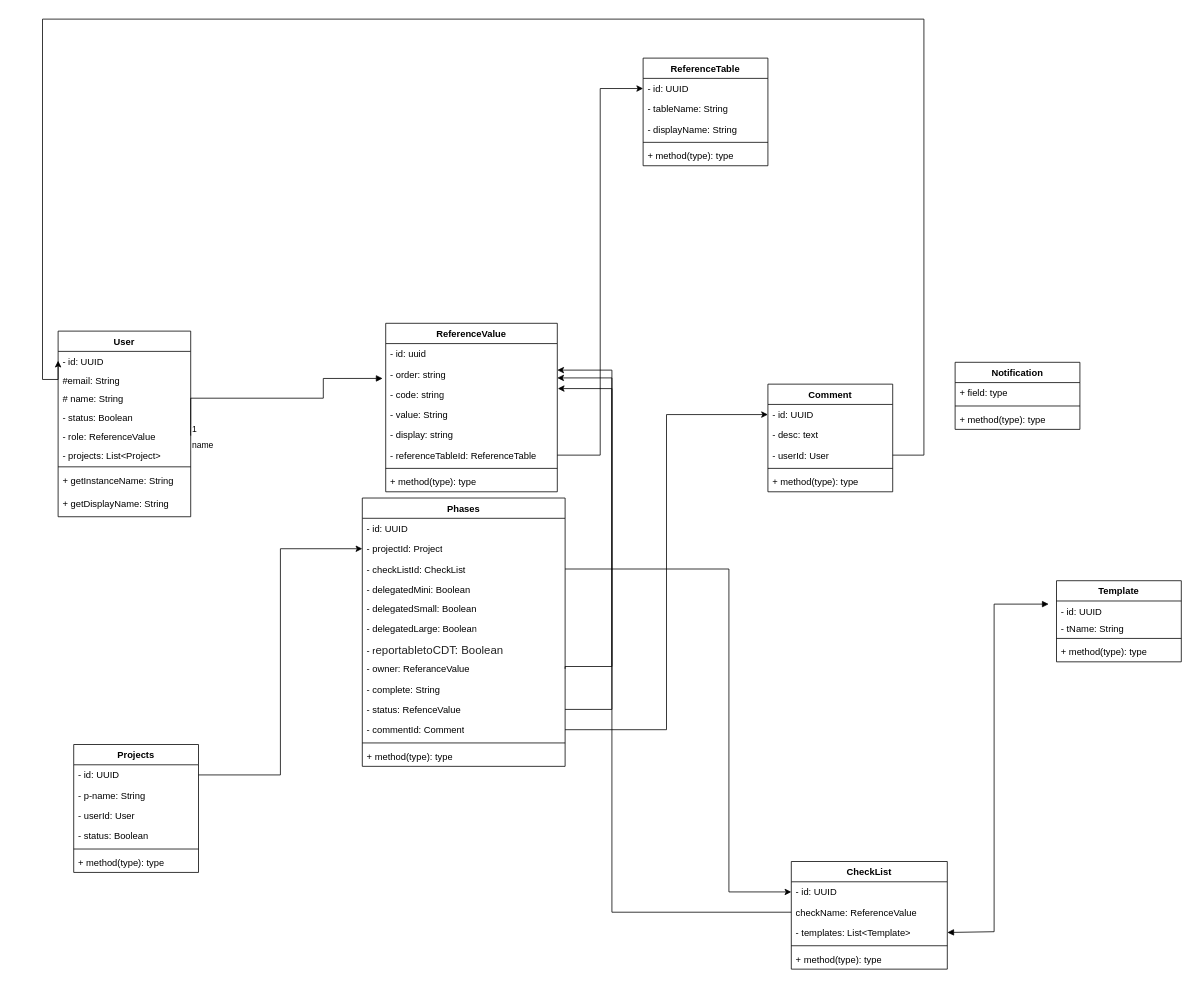
The draw.io diagram Share-Point.drawio in priyanshujoshi909/design-pattern, before the edit. Source tidied: cells renumbered, new cells numbered last; positions are measured from the earlier drawing's top-left corner, leaving out a move shared by most shapes. Both pictures are drawn from the tidied source at 78%, with x=0, y=0 at pixel (42, 19).
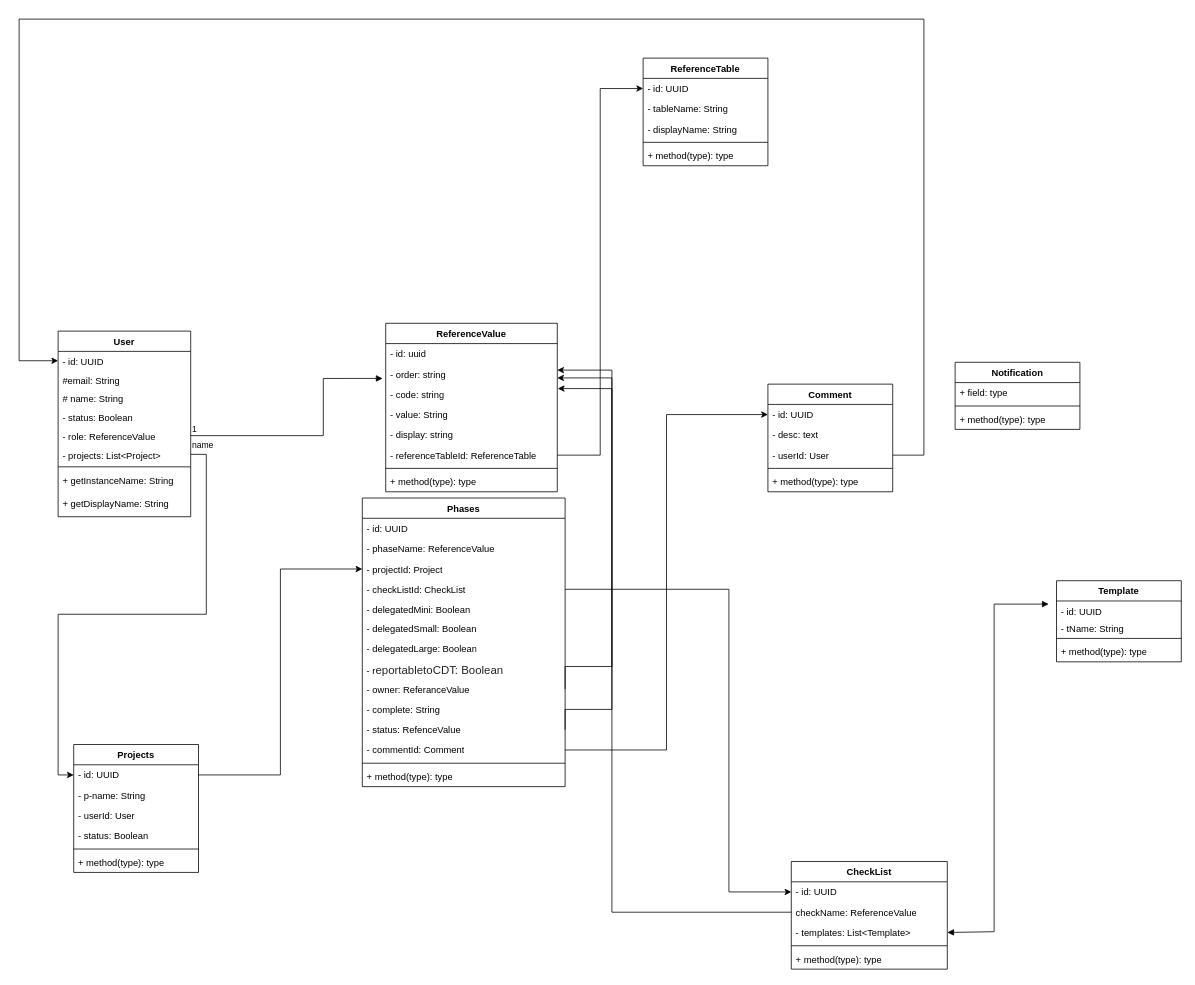
The same page after the edit.

The change refers to these unchanged cells:
```xml
<mxCell id="3" value="- id: UUID" style="text;strokeColor=none;fillColor=none;align=left;verticalAlign=top;spacingLeft=4;spacingRight=4;overflow=hidden;points=[[0,0.5],[1,0.5]];portConstraint=eastwest;whiteSpace=wrap;html=1;" parent="2" vertex="1">
  <mxGeometry y="26" width="170" height="24" as="geometry" />
</mxCell>
<mxCell id="7" value="- role: ReferenceValue" style="text;strokeColor=none;fillColor=none;align=left;verticalAlign=top;spacingLeft=4;spacingRight=4;overflow=hidden;points=[[0,0.5],[1,0.5]];portConstraint=eastwest;whiteSpace=wrap;html=1;" parent="2" vertex="1">
  <mxGeometry y="122" width="170" height="24" as="geometry" />
</mxCell>
<mxCell id="8" value="- projects: List&amp;lt;Project&amp;gt;" style="text;strokeColor=none;fillColor=none;align=left;verticalAlign=top;spacingLeft=4;spacingRight=4;overflow=hidden;points=[[0,0.5],[1,0.5]];portConstraint=eastwest;whiteSpace=wrap;html=1;" parent="2" vertex="1">
  <mxGeometry y="146" width="170" height="24" as="geometry" />
</mxCell>
<mxCell id="16" value="- order: string" style="text;strokeColor=none;fillColor=none;align=left;verticalAlign=top;spacingLeft=4;spacingRight=4;overflow=hidden;points=[[0,0.5],[1,0.5]];portConstraint=eastwest;whiteSpace=wrap;html=1;" parent="14" vertex="1">
  <mxGeometry y="52" width="220" height="26" as="geometry" />
</mxCell>
<mxCell id="48" value="- id: UUID" style="text;strokeColor=none;fillColor=none;align=left;verticalAlign=top;spacingLeft=4;spacingRight=4;overflow=hidden;points=[[0,0.5],[1,0.5]];portConstraint=eastwest;whiteSpace=wrap;html=1;" parent="47" vertex="1">
  <mxGeometry y="26" width="160" height="26" as="geometry" />
</mxCell>
<mxCell id="55" value="- id: UUID" style="text;strokeColor=none;fillColor=none;align=left;verticalAlign=top;spacingLeft=4;spacingRight=4;overflow=hidden;points=[[0,0.5],[1,0.5]];portConstraint=eastwest;whiteSpace=wrap;html=1;" parent="54" vertex="1">
  <mxGeometry y="26" width="200" height="26" as="geometry" />
</mxCell>
<mxCell id="65" value="- userId: User" style="text;strokeColor=none;fillColor=none;align=left;verticalAlign=top;spacingLeft=4;spacingRight=4;overflow=hidden;points=[[0,0.5],[1,0.5]];portConstraint=eastwest;whiteSpace=wrap;html=1;" parent="62" vertex="1">
  <mxGeometry y="78" width="160" height="26" as="geometry" />
</mxCell>
```

Diff of the diagram source:
```diff
@@
     <mxCell id="12" value="name" style="endArrow=block;endFill=1;html=1;edgeStyle=orthogonalEdgeStyle;align=left;verticalAlign=top;rounded=0;exitX=1;exitY=0.5;exitDx=0;exitDy=0;entryX=-0.018;entryY=0.718;entryDx=0;entryDy=0;entryPerimeter=0;" parent="1" edge="1" source="7" target="16">
       <mxGeometry x="-1" relative="1" as="geometry">
         <Array as="points">
-          <mxPoint x="360" y="486" />
+          <mxPoint x="360" y="534" />
           <mxPoint x="360" y="461" />
         </Array>
       </mxGeometry>
     </mxCell>
@@
     <mxCell id="32" value="Phases" style="swimlane;fontStyle=1;align=center;verticalAlign=top;horizontal=1;startSize=26;whiteSpace=wrap;html=1;" parent="1" vertex="1">
-      <mxGeometry x="410" y="614" width="260" height="344" as="geometry" />
+      <mxGeometry x="410" y="614" width="260" height="370" as="geometry" />
     </mxCell>
@@
+    <mxCell id="80" value="- phaseName: ReferenceValue" style="text;strokeColor=none;fillColor=none;align=left;verticalAlign=top;spacingLeft=4;spacingRight=4;overflow=hidden;whiteSpace=wrap;html=1;" parent="32" vertex="1">
+      <mxGeometry y="52" width="260" height="26" as="geometry" />
+    </mxCell>
     <mxCell id="34" value="- projectId: Project" style="text;strokeColor=none;fillColor=none;align=left;verticalAlign=top;spacingLeft=4;spacingRight=4;overflow=hidden;points=[[0,0.5],[1,0.5]];portConstraint=eastwest;whiteSpace=wrap;html=1;" parent="32" vertex="1">
-      <mxGeometry y="52" width="260" height="26" as="geometry" />
+      <mxGeometry y="78" width="260" height="26" as="geometry" />
     </mxCell>
     <mxCell id="35" value="- checkListId: CheckList" style="text;strokeColor=none;fillColor=none;align=left;verticalAlign=top;spacingLeft=4;spacingRight=4;overflow=hidden;points=[[0,0.5],[1,0.5]];portConstraint=eastwest;whiteSpace=wrap;html=1;" parent="32" vertex="1">
-      <mxGeometry y="78" width="260" height="26" as="geometry" />
+      <mxGeometry y="104" width="260" height="26" as="geometry" />
     </mxCell>
     <mxCell id="36" value="- delegatedMini: Boolean" style="text;strokeColor=none;fillColor=none;align=left;verticalAlign=top;spacingLeft=4;spacingRight=4;overflow=hidden;whiteSpace=wrap;html=1;" parent="32" vertex="1">
-      <mxGeometry y="104" width="260" height="24" as="geometry" />
+      <mxGeometry y="130" width="260" height="24" as="geometry" />
     </mxCell>
     <mxCell id="37" value="- delegatedSmall: Boolean" style="text;strokeColor=none;fillColor=none;align=left;verticalAlign=top;spacingLeft=4;spacingRight=4;overflow=hidden;whiteSpace=wrap;html=1;" parent="32" vertex="1">
-      <mxGeometry y="128" width="260" height="26" as="geometry" />
+      <mxGeometry y="154" width="260" height="26" as="geometry" />
     </mxCell>
     <mxCell id="38" value="- delegatedLarge: Boolean" style="text;strokeColor=none;fillColor=none;align=left;verticalAlign=top;spacingLeft=4;spacingRight=4;overflow=hidden;whiteSpace=wrap;html=1;" parent="32" vertex="1">
-      <mxGeometry y="154" width="260" height="26" as="geometry" />
+      <mxGeometry y="180" width="260" height="26" as="geometry" />
     </mxCell>
     <mxCell id="39" value="- r&lt;span style=&quot;color: rgb(36, 36, 36); font-family: &amp;quot;Aptos Narrow&amp;quot;, Calibri, &amp;quot;sans-serif&amp;quot;, &amp;quot;Mongolian Baiti&amp;quot;, &amp;quot;Microsoft Yi Baiti&amp;quot;, &amp;quot;Javanese Text&amp;quot;, &amp;quot;Yu Gothic&amp;quot;; font-size: 14.6667px; white-space-collapse: preserve; background-color: rgb(255, 255, 255);&quot;&gt;eportabletoCDT: Boolean&lt;/span&gt;" style="text;strokeColor=none;fillColor=none;align=left;verticalAlign=top;spacingLeft=4;spacingRight=4;overflow=hidden;whiteSpace=wrap;html=1;" parent="32" vertex="1">
-      <mxGeometry y="180" width="260" height="26" as="geometry" />
+      <mxGeometry y="206" width="260" height="26" as="geometry" />
     </mxCell>
     <mxCell id="40" value="- owner: ReferanceValue" style="text;strokeColor=none;fillColor=none;align=left;verticalAlign=top;spacingLeft=4;spacingRight=4;overflow=hidden;points=[[0,0.5],[1,0.5]];portConstraint=eastwest;whiteSpace=wrap;html=1;" parent="32" vertex="1">
-      <mxGeometry y="206" width="260" height="26" as="geometry" />
+      <mxGeometry y="232" width="260" height="26" as="geometry" />
     </mxCell>
     <mxCell id="41" value="- complete: String" style="text;strokeColor=none;fillColor=none;align=left;verticalAlign=top;spacingLeft=4;spacingRight=4;overflow=hidden;whiteSpace=wrap;html=1;" parent="32" vertex="1">
-      <mxGeometry y="232" width="260" height="26" as="geometry" />
+      <mxGeometry y="258" width="260" height="26" as="geometry" />
     </mxCell>
     <mxCell id="42" value="- status: RefenceValue" style="text;strokeColor=none;fillColor=none;align=left;verticalAlign=top;spacingLeft=4;spacingRight=4;overflow=hidden;points=[[0,0.5],[1,0.5]];portConstraint=eastwest;whiteSpace=wrap;html=1;" parent="32" vertex="1">
-      <mxGeometry y="258" width="260" height="26" as="geometry" />
+      <mxGeometry y="284" width="260" height="26" as="geometry" />
     </mxCell>
     <mxCell id="43" value="- commentId: Comment" style="text;strokeColor=none;fillColor=none;align=left;verticalAlign=top;spacingLeft=4;spacingRight=4;overflow=hidden;points=[[0,0.5],[1,0.5]];portConstraint=eastwest;whiteSpace=wrap;html=1;" parent="32" vertex="1">
-      <mxGeometry y="284" width="260" height="26" as="geometry" />
+      <mxGeometry y="310" width="260" height="26" as="geometry" />
     </mxCell>
     <mxCell id="44" style="line;strokeWidth=1;fillColor=none;align=left;verticalAlign=middle;spacingTop=-1;spacingLeft=3;spacingRight=3;labelPosition=right;strokeColor=inherit;" parent="32" vertex="1">
-      <mxGeometry y="310" width="260" height="8" as="geometry" />
+      <mxGeometry y="336" width="260" height="8" as="geometry" />
     </mxCell>
     <mxCell id="45" value="+ method(type): type" style="text;strokeColor=none;fillColor=none;align=left;verticalAlign=top;spacingLeft=4;spacingRight=4;overflow=hidden;whiteSpace=wrap;html=1;" parent="32" vertex="1">
-      <mxGeometry y="318" width="260" height="26" as="geometry" />
+      <mxGeometry y="344" width="260" height="26" as="geometry" />
     </mxCell>
@@
     <mxCell id="69" style="edgeStyle=orthogonalEdgeStyle;rounded=0;jettySize=auto;html=1;entryX=0;entryY=0.5;entryDx=0;entryDy=0;" parent="1" edge="1" source="35" target="55">
       <mxGeometry relative="1" as="geometry">
         <Array as="points">
-          <mxPoint x="880" y="705" />
+          <mxPoint x="880" y="731" />
           <mxPoint x="880" y="1119" />
         </Array>
       </mxGeometry>
     </mxCell>
@@
     <mxCell id="79" style="edgeStyle=orthogonalEdgeStyle;rounded=0;jettySize=auto;html=1;entryX=0;entryY=0.5;entryDx=0;entryDy=0;" parent="1" edge="1" source="65" target="3">
       <mxGeometry relative="1" as="geometry">
         <Array as="points">
           <mxPoint x="1130" y="559" />
           <mxPoint x="1130" />
-          <mxPoint />
-          <mxPoint y="462" />
+          <mxPoint x="-30" />
+          <mxPoint x="-30" y="438" />
         </Array>
       </mxGeometry>
     </mxCell>
+    <mxCell id="81" style="edgeStyle=orthogonalEdgeStyle;rounded=0;jettySize=auto;html=1;entryX=0;entryY=0.5;entryDx=0;entryDy=0;" parent="1" edge="1" source="8" target="48">
+      <mxGeometry relative="1" as="geometry" />
+    </mxCell>
```
